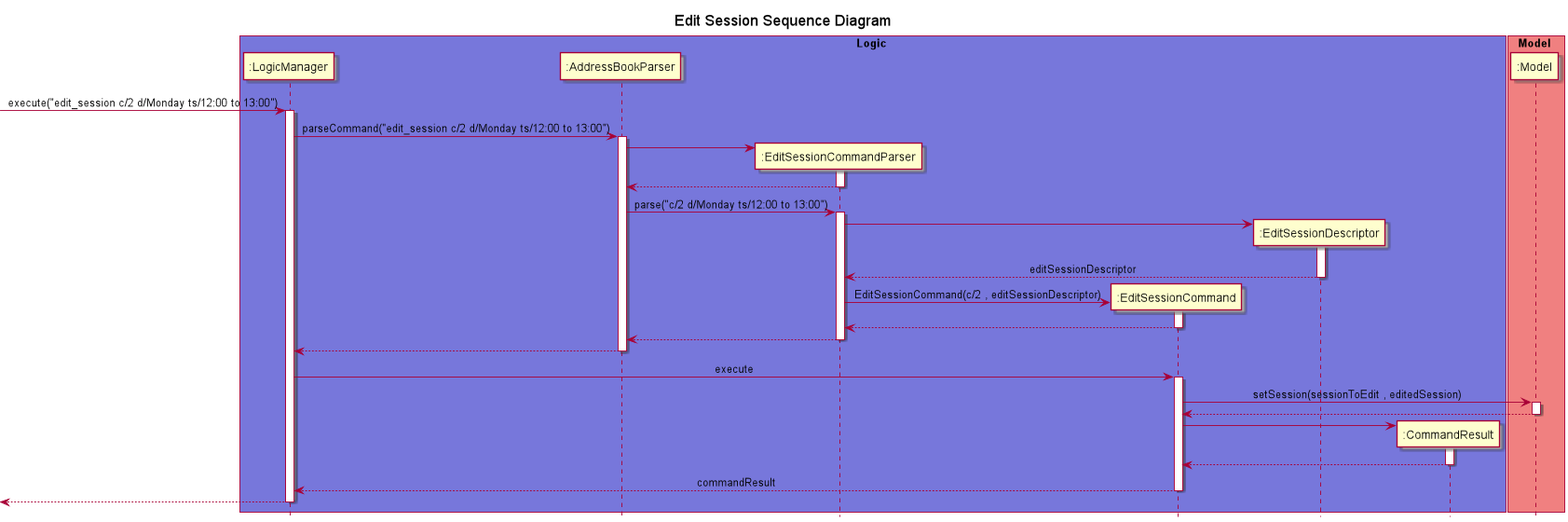
nus-cs2103-AY2021S2/tp keeps this PlantUML diagram as docs/images/EditSessionSequenceDiagram.png. Above is the earlier version.
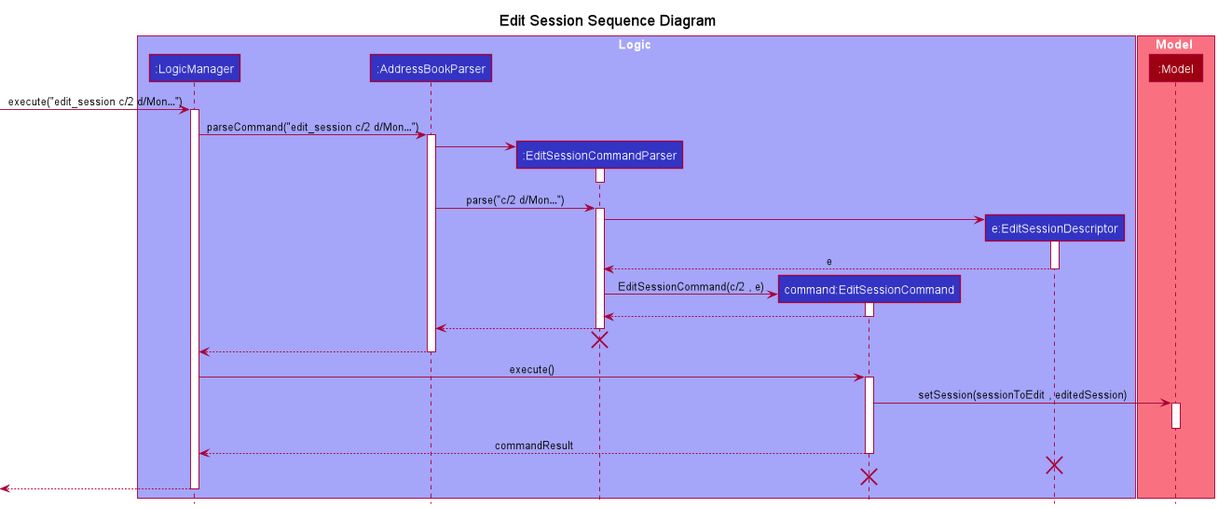
The same file after the commit.

The edit, as a diff of the source:
```diff
@@ -5,69 +5,72 @@
 skinparam sequenceMessageAlign center
 
 box Logic LOGIC_COLOR_T1
-participant ":LogicManager" as LogicManager
-participant ":AddressBookParser" as AddressBookParser
-participant ":EditSessionCommandParser" as EditSessionCommandParser
-participant ":EditSessionCommand" as EditSessionCommand
-participant ":EditSessionDescriptor" as EditSessionDescriptor
-participant ":CommandResult" as CommandResult
+participant ":LogicManager" as LogicManager LOGIC_COLOR
+participant ":AddressBookParser" as AddressBookParser LOGIC_COLOR
+participant ":EditSessionCommandParser" as EditSessionCommandParser LOGIC_COLOR
+participant "command:EditSessionCommand" as command LOGIC_COLOR
+participant "e:EditSessionDescriptor" as EditSessionDescriptor LOGIC_COLOR
 end box
 
 box Model MODEL_COLOR_T1
-participant ":Model" as Model
+participant ":Model" as Model MODEL_COLOR
 end box
 
--> LogicManager : execute("edit_session c/2 d/Monday ts/12:00 to 13:00")
+-> LogicManager : execute("edit_session c/2 d/Mon…")
 activate LogicManager
 
-LogicManager -> AddressBookParser : parseCommand("edit_session c/2 d/Monday ts/12:00 to 13:00")
+LogicManager -> AddressBookParser : parseCommand("edit_session c/2 d/Mon…")
 activate AddressBookParser
 
 create EditSessionCommandParser
 AddressBookParser -> EditSessionCommandParser
 activate EditSessionCommandParser
 
-EditSessionCommandParser --> AddressBookParser
+EditSessionCommandParser -[hidden]-> AddressBookParser
 deactivate EditSessionCommandParser
 
-AddressBookParser -> EditSessionCommandParser : parse("c/2 d/Monday ts/12:00 to 13:00")
+AddressBookParser -> EditSessionCommandParser : parse("c/2 d/Mon…")
 activate EditSessionCommandParser
 
 create EditSessionDescriptor
 EditSessionCommandParser -> EditSessionDescriptor
 activate EditSessionDescriptor
-EditSessionDescriptor --> EditSessionCommandParser : editSessionDescriptor
+EditSessionDescriptor --> EditSessionCommandParser : e
 deactivate EditSessionDescriptor
 
-create EditSessionCommand
-EditSessionCommandParser -> EditSessionCommand : EditSessionCommand(c/2 , editSessionDescriptor)
+create command
+EditSessionCommandParser -> command : EditSessionCommand(c/2 , e)
 
-activate EditSessionCommand
-EditSessionCommandParser <-- EditSessionCommand :
-deactivate EditSessionCommand
+activate command
+EditSessionCommandParser <-- command
+deactivate command
 
 EditSessionCommandParser --> AddressBookParser :
 deactivate EditSessionCommandParser
 
+AddressBookParser -[hidden]-> EditSessionCommandParser
+destroy EditSessionCommandParser
+
 AddressBookParser --> LogicManager :
 deactivate AddressBookParser
 
-LogicManager -> EditSessionCommand : execute
-activate EditSessionCommand
+LogicManager -> command : execute()
+activate command
 
-EditSessionCommand -> Model : setSession(sessionToEdit , editedSession)
+command -> Model : setSession(sessionToEdit , editedSession)
 activate Model
-Model --> EditSessionCommand
+
 deactivate Model
 
-create CommandResult
-EditSessionCommand -> CommandResult
-activate CommandResult
-CommandResult --> EditSessionCommand
-deactivate CommandResult
+command --> LogicManager : commandResult
+deactivate command
 
-EditSessionCommand --> LogicManager : commandResult
-deactivate EditSessionCommand
+LogicManager -[hidden]-> EditSessionDescriptor
+destroy EditSessionDescriptor
+
+LogicManager -[hidden]-> command
+destroy command
+
 <-- LogicManager
 deactivate LogicManager
 
```
